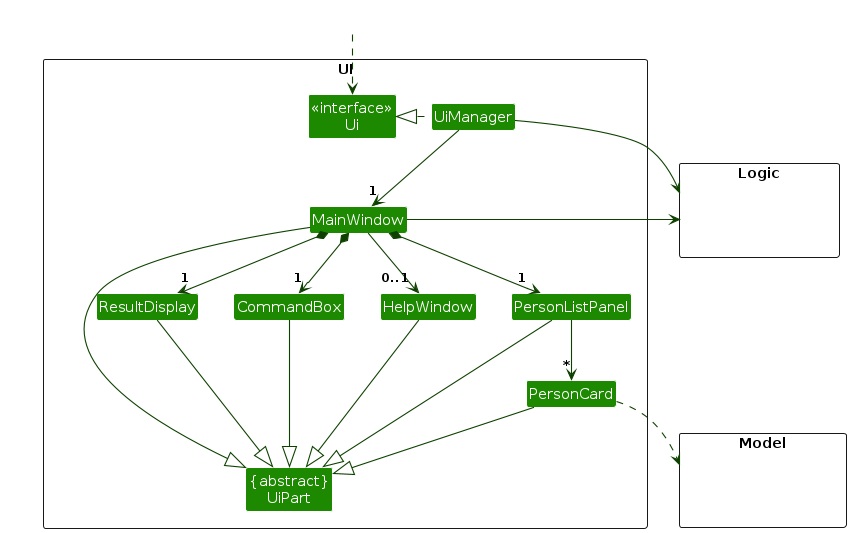
Mingyuan03/tp keeps this PlantUML diagram as diagrams/UiClassDiagram.png. Above is the earlier version. Its source is kept beside it as diagrams/UiClassDiagram.puml. Source of this version:
```plantuml
@startuml
!include style.puml
skinparam arrowThickness 1.1
skinparam arrowColor UI_COLOR_T4
skinparam classBackgroundColor UI_COLOR

package UI <<Rectangle>>{
Class "<<interface>>\nUi" as Ui
Class "{abstract}\nUiPart" as UiPart
Class UiManager
Class MainWindow
Class HelpWindow
Class ResultDisplay
Class PersonListPanel
Class PersonCard
Class CommandBox
}

package Model <<Rectangle>> {
Class HiddenModel #FFFFFF
}

package Logic <<Rectangle>> {
Class HiddenLogic #FFFFFF
}

Class HiddenOutside #FFFFFF
HiddenOutside ..> Ui

UiManager .left.|> Ui
UiManager -down-> "1" MainWindow
MainWindow *-down->  "1" CommandBox
MainWindow *-down-> "1" ResultDisplay
MainWindow *-down-> "1" PersonListPanel
MainWindow --> "0..1" HelpWindow

PersonListPanel -down-> "*" PersonCard

MainWindow -left-|> UiPart

ResultDisplay --|> UiPart
CommandBox --|> UiPart
PersonListPanel --|> UiPart
PersonCard --|> UiPart
HelpWindow --|> UiPart

PersonCard ..> Model
UiManager -right-> Logic
MainWindow -left-> Logic

PersonListPanel -[hidden]left- HelpWindow
HelpWindow -[hidden]left- CommandBox
CommandBox -[hidden]left- ResultDisplay

MainWindow -[hidden]-|> UiPart
@enduml
```
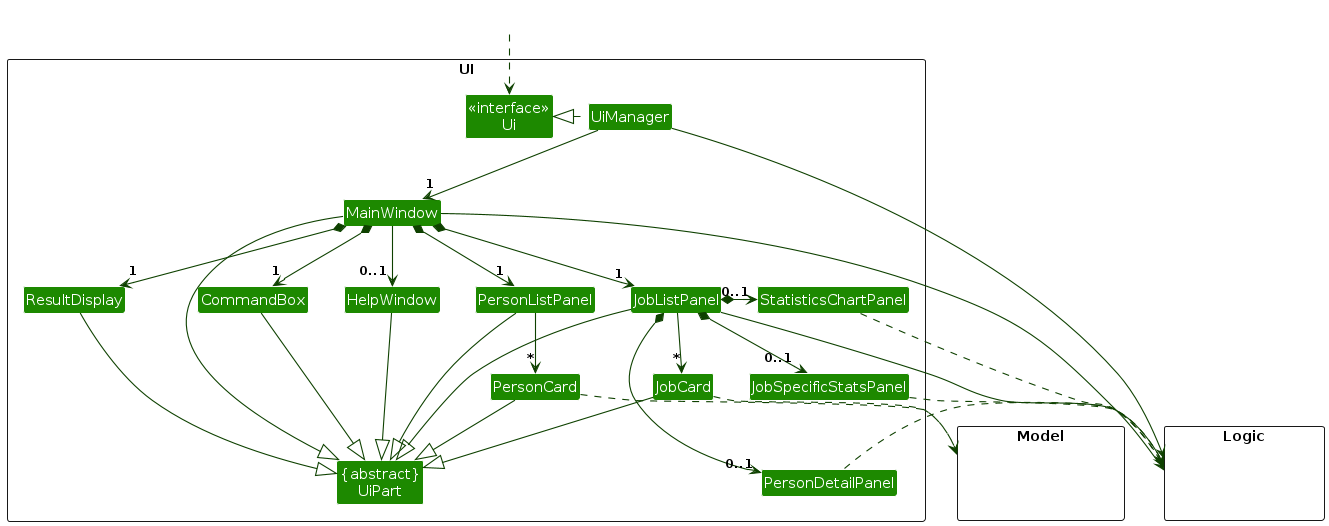
Later version of the same file.

What changed in the source:
```diff
@@ -14,6 +14,11 @@
 Class PersonListPanel
 Class PersonCard
 Class CommandBox
+Class JobListPanel
+Class JobCard
+Class StatisticsChartPanel
+Class JobSpecificStatsPanel
+Class PersonDetailPanel
 }
 
 package Model <<Rectangle>> {
@@ -32,9 +37,14 @@
 MainWindow *-down->  "1" CommandBox
 MainWindow *-down-> "1" ResultDisplay
 MainWindow *-down-> "1" PersonListPanel
+MainWindow *-down-> "1" JobListPanel
 MainWindow --> "0..1" HelpWindow
 
 PersonListPanel -down-> "*" PersonCard
+JobListPanel -down-> "*" JobCard
+JobListPanel *-right-> "0..1" StatisticsChartPanel
+JobListPanel *-right-> "0..1" JobSpecificStatsPanel
+JobListPanel *-right-> "0..1" PersonDetailPanel
 
 MainWindow -left-|> UiPart
 
@@ -42,15 +52,24 @@
 CommandBox --|> UiPart
 PersonListPanel --|> UiPart
 PersonCard --|> UiPart
+JobListPanel --|> UiPart
+JobCard --|> UiPart
 HelpWindow --|> UiPart
 
 PersonCard ..> Model
+JobCard ..> Model
+StatisticsChartPanel ..> Logic
+JobSpecificStatsPanel ..> Logic
+PersonDetailPanel ..> Logic
 UiManager -right-> Logic
 MainWindow -left-> Logic
+JobListPanel -right-> Logic
 
 PersonListPanel -[hidden]left- HelpWindow
 HelpWindow -[hidden]left- CommandBox
 CommandBox -[hidden]left- ResultDisplay
+StatisticsChartPanel -[hidden]down- JobSpecificStatsPanel
+JobSpecificStatsPanel -[hidden]down- PersonDetailPanel
 
 MainWindow -[hidden]-|> UiPart
 @enduml
```
